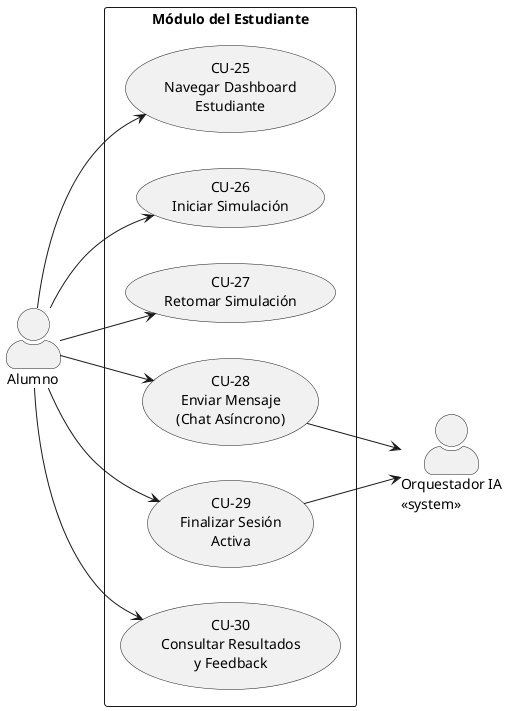
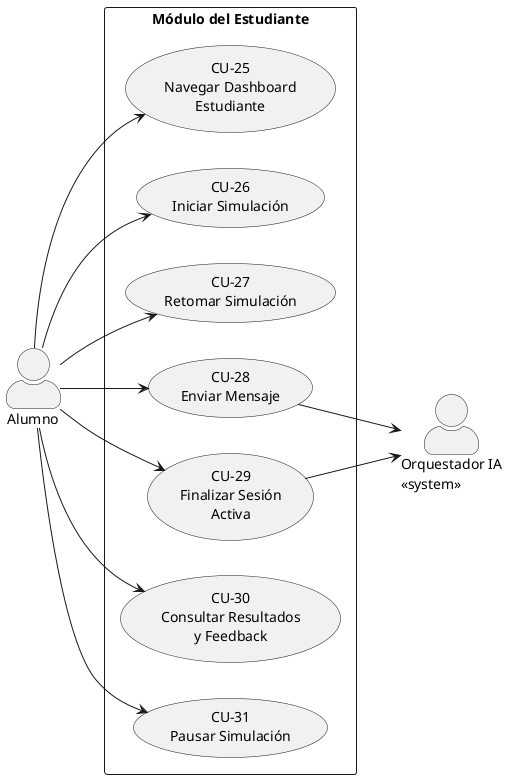
- @startuml
- left to right direction
- skinparam actorStyle awesome
- skinparam packageStyle rectangle
+  @startuml
+   left to right direction
+   skinparam actorStyle awesome
+   skinparam packageStyle rectangle

- actor "Alumno" as Alum
- actor "Orquestador IA\n<<system>>" as IA
+   actor "Alumno" as Alum
+   actor "Orquestador IA\n<<system>>" as IA

- rectangle "Módulo del Estudiante" {
-   usecase "CU-25\nNavegar Dashboard\nEstudiante" as CU25
-   usecase "CU-26\nIniciar Simulación" as CU26
-   usecase "CU-27\nRetomar Simulación" as CU27
-   usecase "CU-28\nEnviar Mensaje\n(Chat Asíncrono)" as CU28
-   usecase "CU-29\nFinalizar Sesión\nActiva" as CU29
-   usecase "CU-30\nConsultar Resultados\ny Feedback" as CU30
- }
+   rectangle "Módulo del Estudiante" {
+     usecase "CU-25\nNavegar Dashboard\nEstudiante" as CU25
+     usecase "CU-26\nIniciar Simulación" as CU26
+     usecase "CU-27\nRetomar Simulación" as CU27
+     usecase "CU-28\nEnviar Mensaje" as CU28
+     usecase "CU-29\nFinalizar Sesión\nActiva" as CU29
+     usecase "CU-30\nConsultar Resultados\ny Feedback" as CU30
+     usecase "CU-31\nPausar Simulación" as CU31
+   }

- Alum --> CU25
- Alum --> CU26
- Alum --> CU27
- Alum --> CU28
- Alum --> CU29
- Alum --> CU30
+   Alum --> CU25
+   Alum --> CU26
+   Alum --> CU27
+   Alum --> CU28
+   Alum --> CU29
+   Alum --> CU30
+   Alum --> CU31

- CU28 --> IA
- CU29 --> IA
- 
- @enduml+   CU28 --> IA
+   CU29 --> IA
+   @enduml
